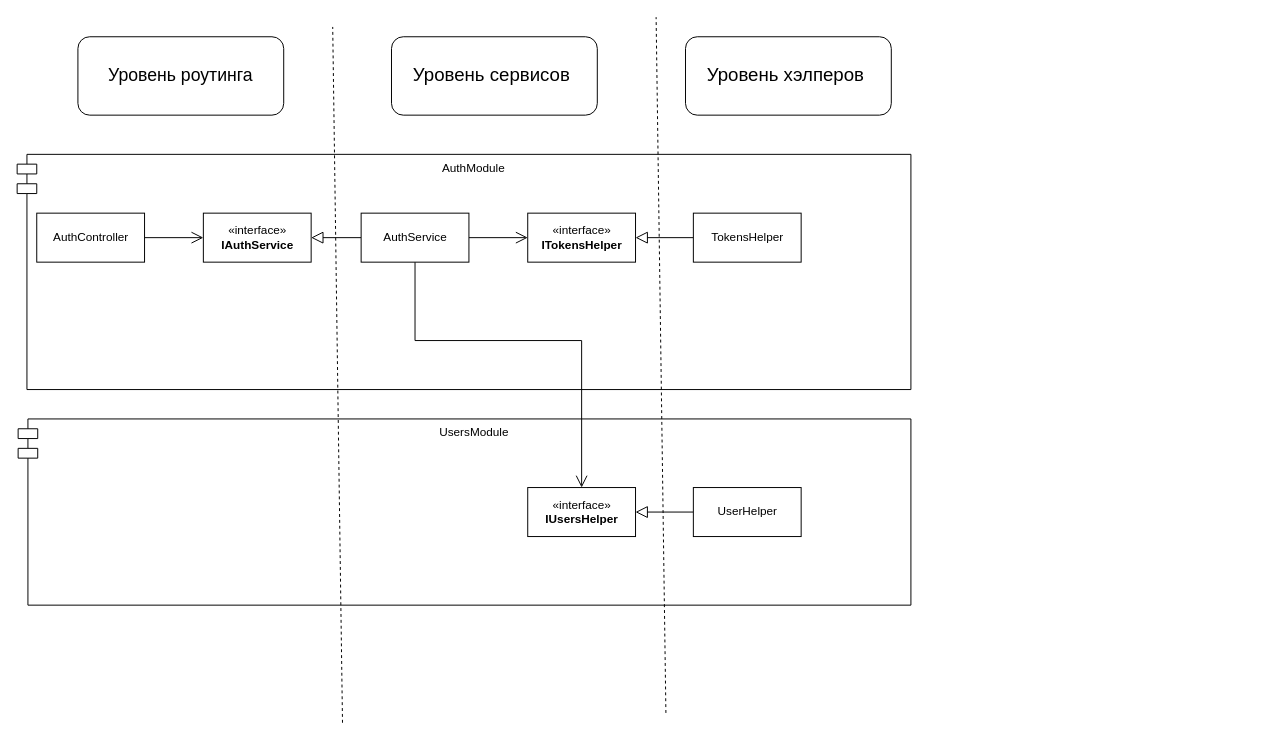
Above: Diagrams/ComponentsStructure.drawio in vishIGOR/CringeChatDiagrams (draw.io), before the change. Source tidied: cells renumbered, new cells numbered last; positions are measured from the earlier drawing's top-left corner, leaving out a move shared by most shapes. Both pictures are drawn from the tidied source at 98%, with x=0, y=0 at pixel (17, 17).
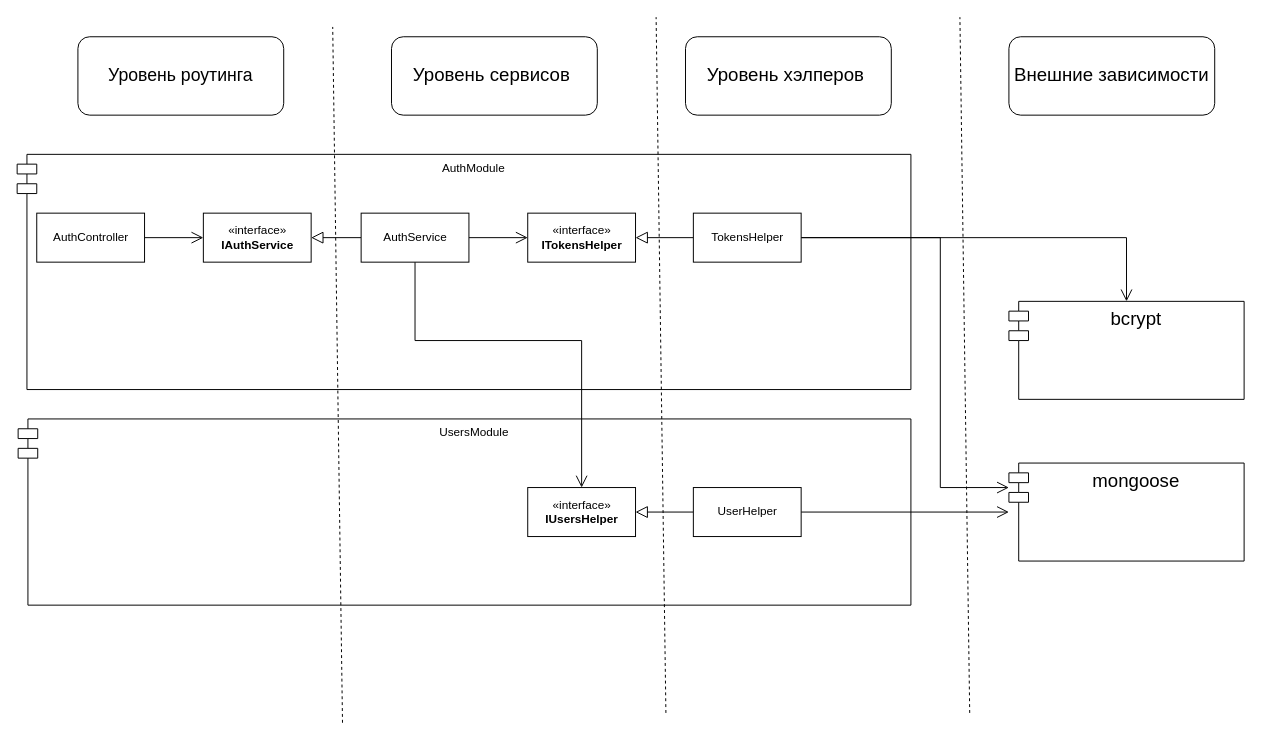
The same diagram, later.

The change refers to these unchanged cells:
```xml
<mxCell id="13" value="TokensHelper" style="html=1;" parent="1" vertex="1">
  <mxGeometry x="690" y="200" width="110" height="50" as="geometry" />
</mxCell>
<mxCell id="16" value="UserHelper" style="html=1;" parent="1" vertex="1">
  <mxGeometry x="690" y="480" width="110" height="50" as="geometry" />
</mxCell>
```

Change to the diagram source:
```diff
@@
+    <mxCell id="22" style="edgeStyle=orthogonalEdgeStyle;rounded=0;jettySize=auto;html=1;fontSize=19;endArrow=open;endFill=0;startSize=10;endSize=10;" parent="1" edge="1" source="13" target="28">
+      <mxGeometry relative="1" as="geometry" />
+    </mxCell>
+    <mxCell id="23" style="edgeStyle=orthogonalEdgeStyle;rounded=0;jettySize=auto;html=1;fontSize=19;endArrow=open;endFill=0;startSize=10;endSize=10;" parent="1" edge="1" source="13" target="25">
+      <mxGeometry relative="1" as="geometry">
+        <Array as="points">
+          <mxPoint x="942" y="225" />
+          <mxPoint x="942" y="480" />
+        </Array>
+      </mxGeometry>
+    </mxCell>
@@
+    <mxCell id="24" style="edgeStyle=orthogonalEdgeStyle;rounded=0;jettySize=auto;html=1;fontSize=19;endArrow=open;endFill=0;startSize=10;endSize=10;" parent="1" edge="1" source="16" target="25">
+      <mxGeometry relative="1" as="geometry" />
+    </mxCell>
@@
+    <mxCell id="25" value="mongoose" style="shape=module;align=left;spacingLeft=20;align=center;verticalAlign=top;fontSize=19;" parent="1" vertex="1">
+      <mxGeometry x="1012" y="455" width="240" height="100" as="geometry" />
+    </mxCell>
+    <mxCell id="26" value="&lt;font style=&quot;font-size: 19px;&quot;&gt;Внешние зависимости&lt;/font&gt;" style="rounded=1;whiteSpace=wrap;html=1;" parent="1" vertex="1">
+      <mxGeometry x="1012" y="20" width="210" height="80" as="geometry" />
+    </mxCell>
+    <mxCell id="27" style="endArrow=none;dashed=1;html=1;rounded=0;startSize=10;endSize=10;" parent="1" edge="1">
+      <mxGeometry relative="1" as="geometry">
+        <mxPoint x="972" y="710" as="sourcePoint" />
+        <mxPoint x="962" as="targetPoint" />
+      </mxGeometry>
+    </mxCell>
+    <mxCell id="28" value="bcrypt" style="shape=module;align=left;spacingLeft=20;align=center;verticalAlign=top;fontSize=19;" parent="1" vertex="1">
+      <mxGeometry x="1012" y="290" width="240" height="100" as="geometry" />
+    </mxCell>
```
